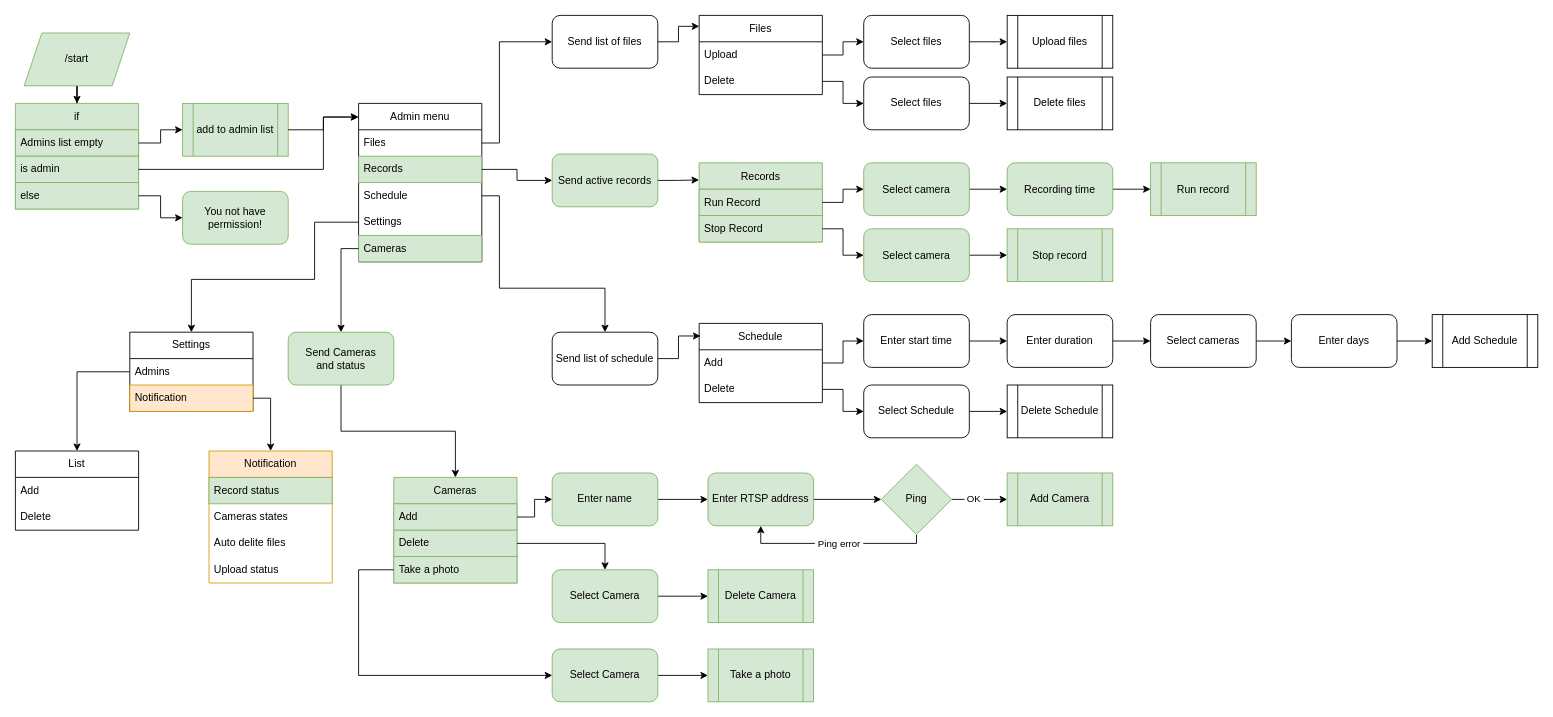
Before: doc/bot.drawio in Zzior/camera-recorder-service, a draw.io diagram. Source tidied: cells renumbered, new cells numbered last; positions are measured from the earlier drawing's top-left corner, leaving out a move shared by most shapes. Both pictures are drawn from the tidied source at 88%, with x=0, y=0 at pixel (15, 15).
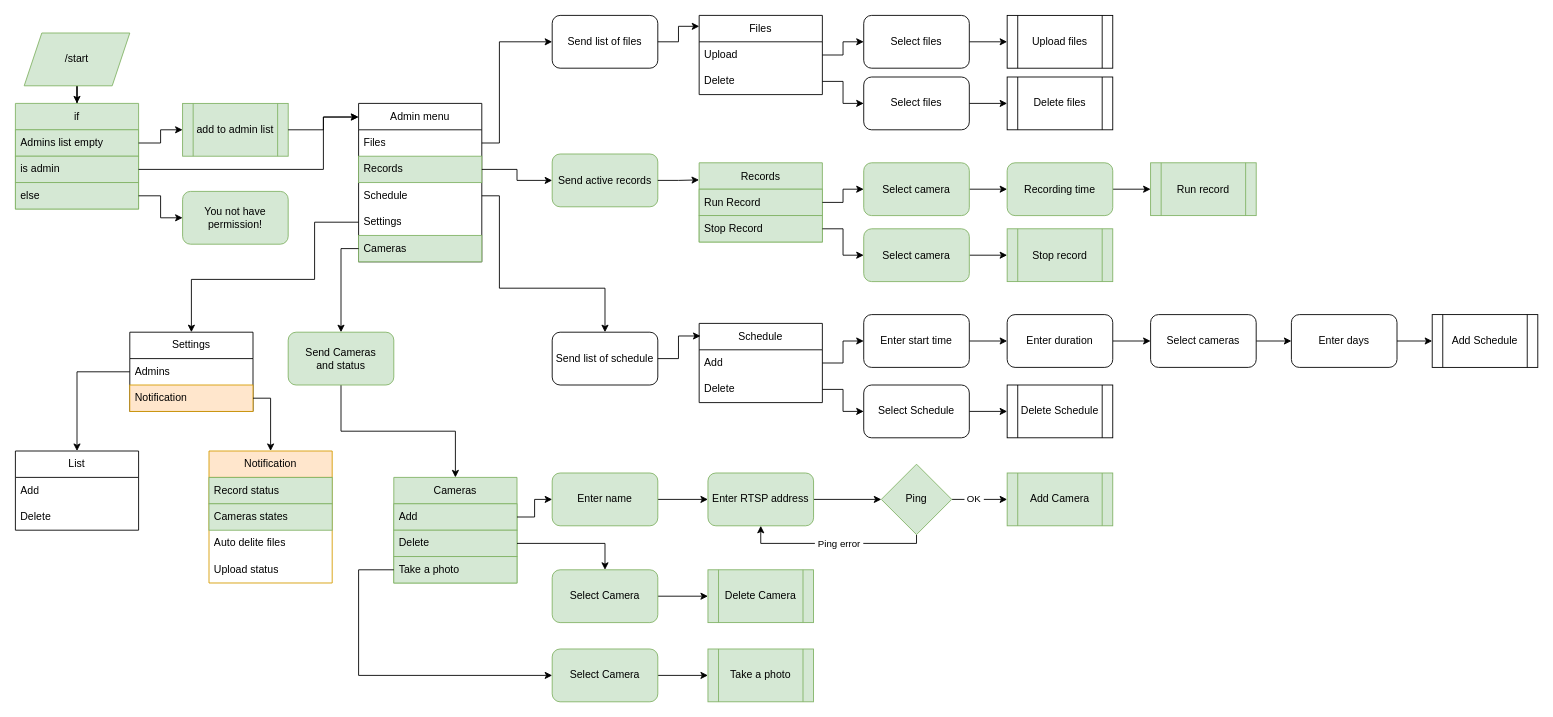
The same page after the edit.

Commit message (it also covers changes not shown here):
camera-recorder-service v0.2.4 add: Notification -> Cameras states

The change refers to these unchanged cells:
```xml
<mxCell id="103" value="&lt;span style=&quot;text-align: left;&quot;&gt;Notification&lt;/span&gt;" style="swimlane;fontStyle=0;horizontal=1;startSize=30;whiteSpace=wrap;html=1;fillColor=#ffe6cc;strokeColor=#d79b00;" parent="1" vertex="1">
  <mxGeometry x="220" y="495" width="140" height="150" as="geometry" />
</mxCell>
```

What changed in the source:
```diff
@@
-    <mxCell id="105" value="Cameras states" style="text;strokeColor=none;fillColor=none;align=left;verticalAlign=middle;spacingLeft=4;spacingRight=4;overflow=hidden;whiteSpace=wrap;html=1;" parent="103" vertex="1">
+    <mxCell id="105" value="Cameras states" style="text;strokeColor=#82b366;fillColor=#d5e8d4;align=left;verticalAlign=middle;spacingLeft=4;spacingRight=4;overflow=hidden;whiteSpace=wrap;html=1;" parent="103" vertex="1">
       <mxGeometry y="60" width="140" height="30" as="geometry" />
     </mxCell>
```
